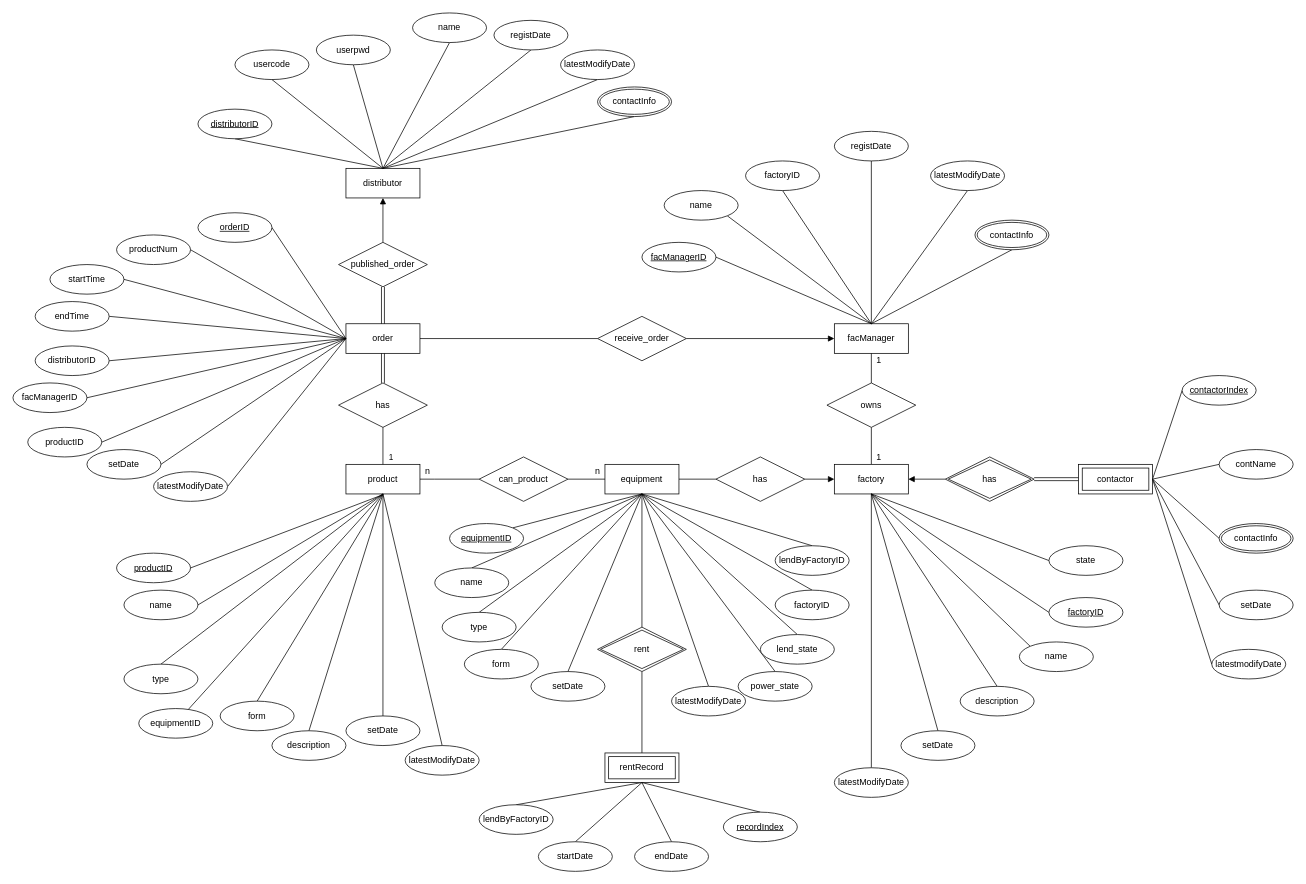
WZYtrick/ERD keeps this draw.io diagram as Untitled Diagram.drawio. Above is the earlier version. Source tidied: cells renumbered, new cells numbered last; positions are measured from the earlier drawing's top-left corner, leaving out a move shared by most shapes. Both pictures are drawn from the tidied source at 74%, with x=0, y=0 at pixel (13, 13).
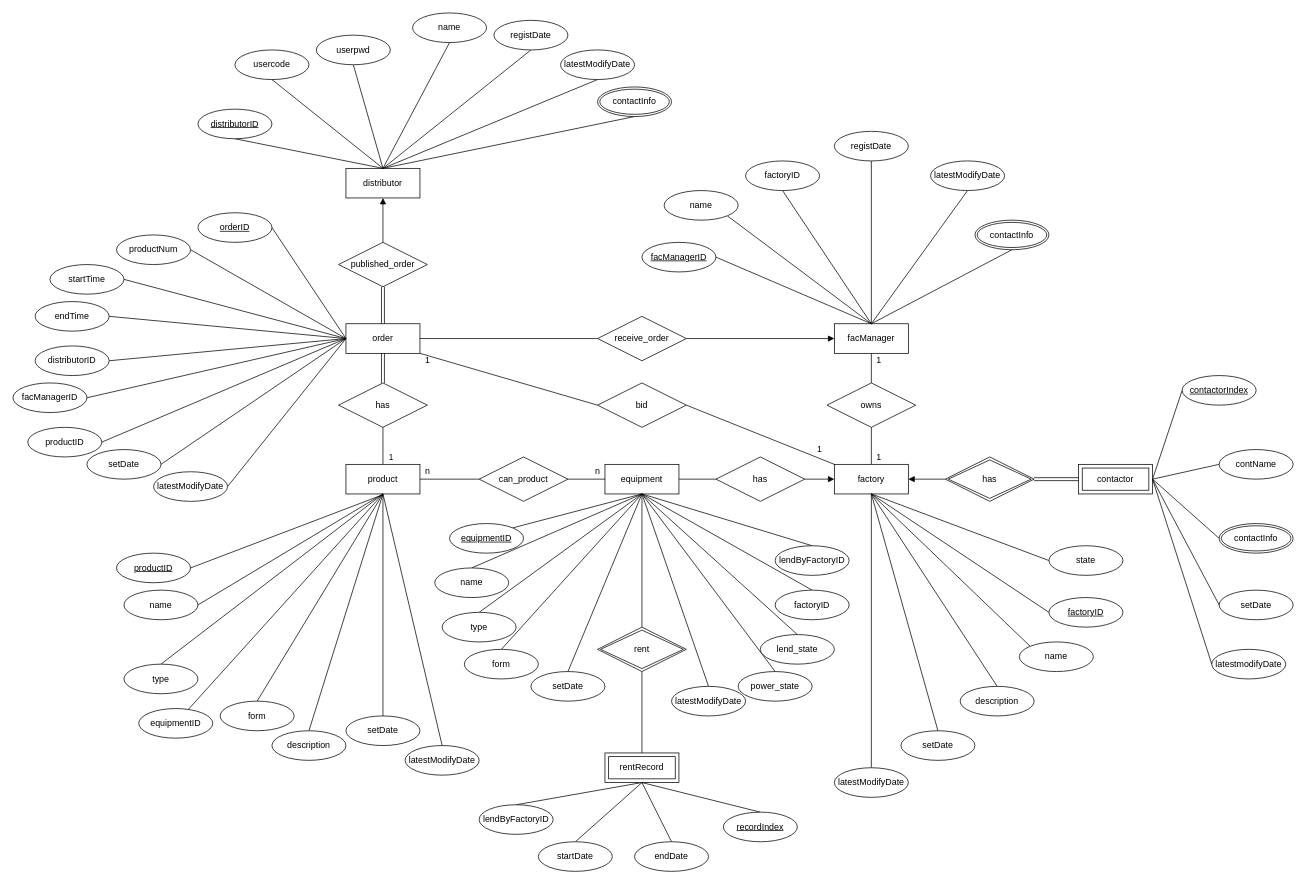
The same diagram, later.

The change refers to these unchanged cells:
```xml
<mxCell id="7" value="order" style="whiteSpace=wrap;html=1;align=center;" parent="1" vertex="1">
  <mxGeometry x="450" y="420" width="100" height="40" as="geometry" />
</mxCell>
<mxCell id="18" value="factory" style="whiteSpace=wrap;html=1;align=center;" parent="1" vertex="1">
  <mxGeometry x="1110" y="610" width="100" height="40" as="geometry" />
</mxCell>
```

What changed in the source:
```diff
@@
+    <mxCell id="149" style="rounded=0;jettySize=auto;html=1;exitX=1;exitY=1;exitDx=0;exitDy=0;entryX=0;entryY=0.5;entryDx=0;entryDy=0;endArrow=none;endFill=0;" parent="1" edge="1" source="7" target="151">
+      <mxGeometry relative="1" as="geometry" />
+    </mxCell>
@@
+    <mxCell id="150" style="edgeStyle=none;rounded=0;jettySize=auto;html=1;exitX=1;exitY=0.5;exitDx=0;exitDy=0;entryX=0;entryY=0;entryDx=0;entryDy=0;endArrow=none;endFill=0;" parent="1" edge="1" source="151" target="18">
+      <mxGeometry relative="1" as="geometry" />
+    </mxCell>
+    <mxCell id="151" value="bid" style="shape=rhombus;perimeter=rhombusPerimeter;whiteSpace=wrap;html=1;align=center;" parent="1" vertex="1">
+      <mxGeometry x="790" y="500" width="120" height="60" as="geometry" />
+    </mxCell>
+    <mxCell id="152" value="1" style="text;html=1;align=center;verticalAlign=middle;strokeColor=none;" parent="1" vertex="1">
+      <mxGeometry x="550" y="460" width="20" height="20" as="geometry" />
+    </mxCell>
+    <mxCell id="153" value="1" style="text;html=1;align=center;verticalAlign=middle;strokeColor=none;" parent="1" vertex="1">
+      <mxGeometry x="1080" y="580" width="20" height="20" as="geometry" />
+    </mxCell>
```
